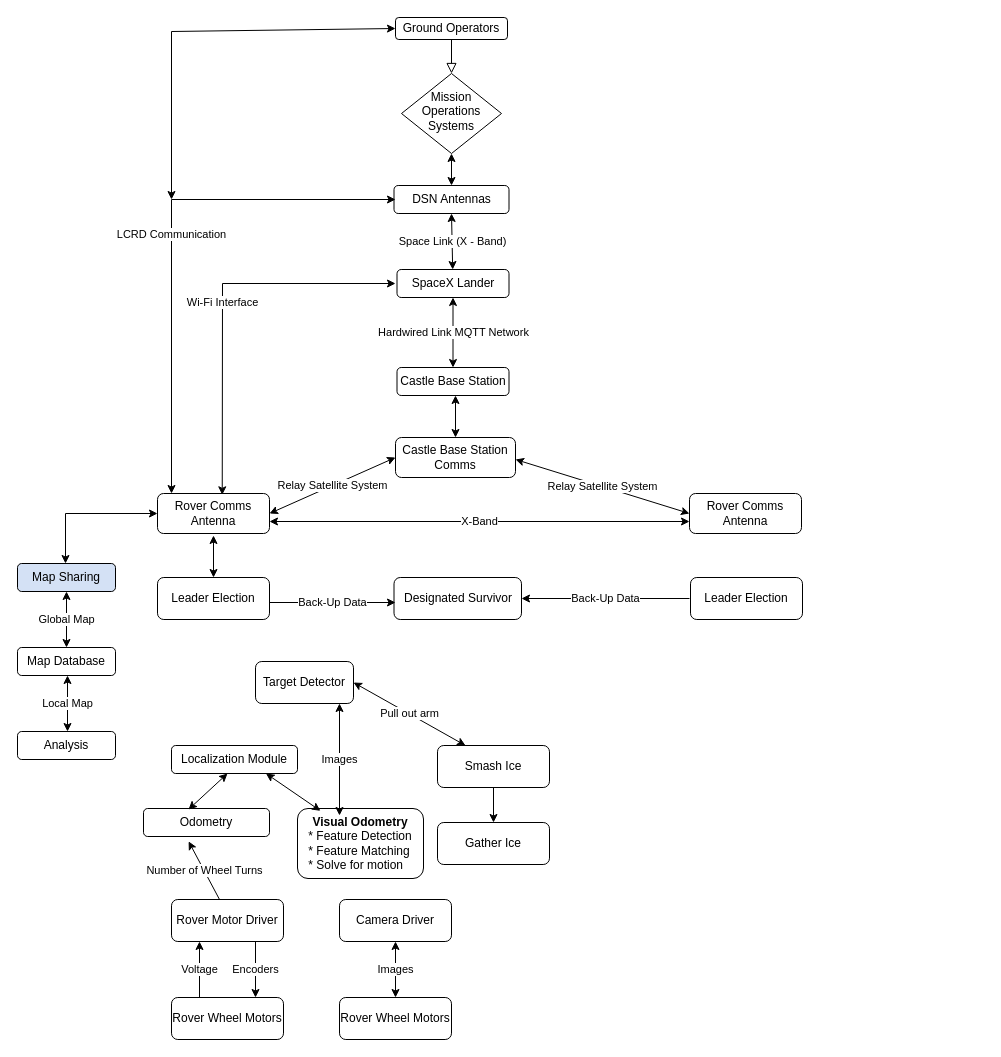
Before: Untitled Diagram.drawio in cinthavong/CIP2021, a draw.io diagram. Source tidied: cells renumbered, new cells numbered last; positions are measured from the earlier drawing's top-left corner, leaving out a move shared by most shapes. Both pictures are drawn from the tidied source at 100%, with x=0, y=0 at pixel (17, 17).
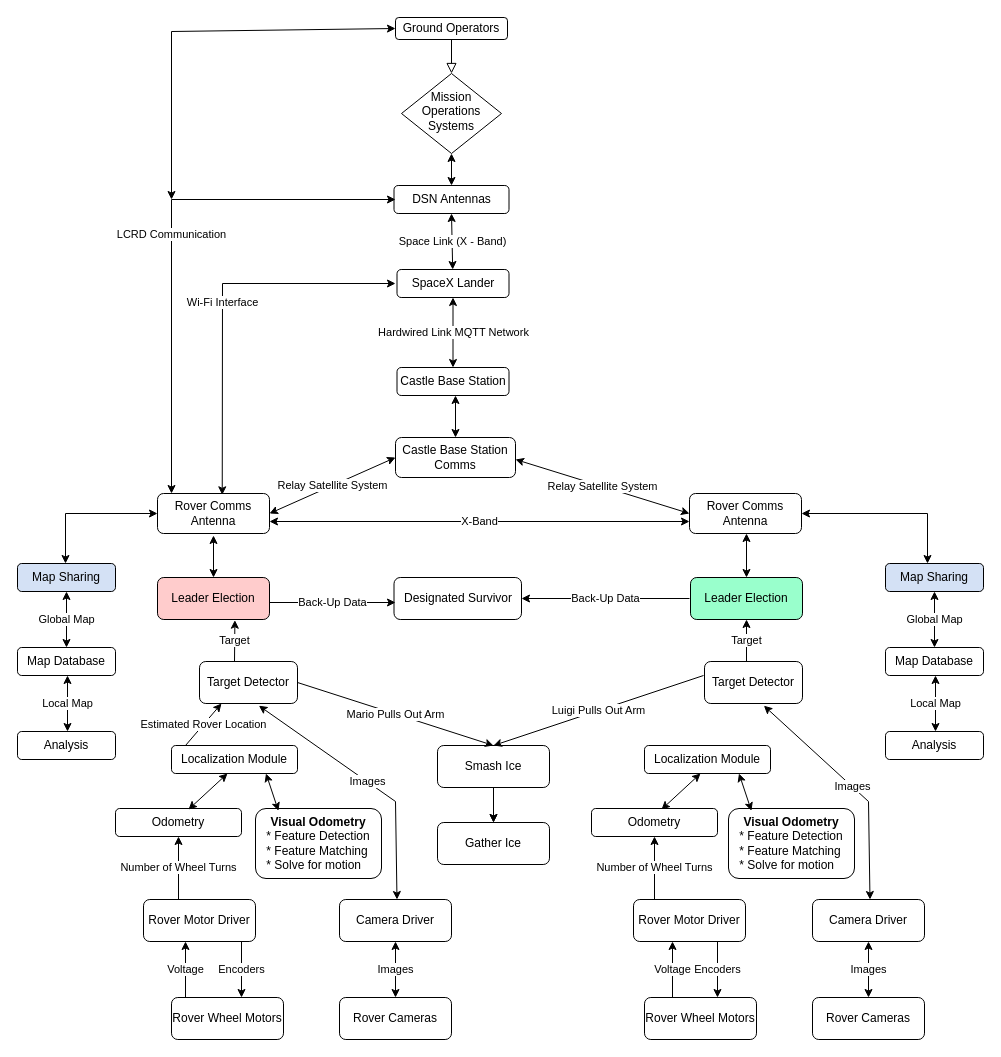
The same page after the edit.

Unchanged cells that the change refers to:
```xml
<mxCell id="17" value="Rover Comms Antenna" style="rounded=1;whiteSpace=wrap;html=1;" parent="1" vertex="1">
  <mxGeometry x="672" y="476" width="112" height="40" as="geometry" />
</mxCell>
<mxCell id="38" value="Smash Ice" style="rounded=1;whiteSpace=wrap;html=1;" parent="1" vertex="1">
  <mxGeometry x="420" y="728" width="112" height="42" as="geometry" />
</mxCell>
<mxCell id="40" value="Gather Ice" style="rounded=1;whiteSpace=wrap;html=1;" parent="1" vertex="1">
  <mxGeometry x="420" y="805" width="112" height="42" as="geometry" />
</mxCell>
```

What changed in the source:
```diff
@@
-    <mxCell id="23" value="Leader Election" style="rounded=1;whiteSpace=wrap;html=1;" parent="1" vertex="1">
+    <mxCell id="23" value="Leader Election" style="rounded=1;whiteSpace=wrap;html=1;fillColor=#FFCCCC;" parent="1" vertex="1">
       <mxGeometry x="140" y="560" width="112" height="42" as="geometry" />
     </mxCell>
@@
-    <mxCell id="26" value="Leader Election" style="rounded=1;whiteSpace=wrap;html=1;" parent="1" vertex="1">
+    <mxCell id="26" value="Leader Election" style="rounded=1;whiteSpace=wrap;html=1;fillColor=#99FFCC;" parent="1" vertex="1">
       <mxGeometry x="673" y="560" width="112" height="42" as="geometry" />
     </mxCell>
@@
     <mxCell id="29" value="Target Detector" style="rounded=1;whiteSpace=wrap;html=1;" parent="1" vertex="1">
-      <mxGeometry x="238" y="644" width="98" height="42" as="geometry" />
+      <mxGeometry x="182" y="644" width="98" height="42" as="geometry" />
     </mxCell>
@@
     <mxCell id="33" value="Odometry" style="rounded=1;whiteSpace=wrap;html=1;" parent="1" vertex="1">
-      <mxGeometry x="126" y="791" width="126" height="28" as="geometry" />
+      <mxGeometry x="98" y="791" width="126" height="28" as="geometry" />
     </mxCell>
     <mxCell id="34" value="&lt;b&gt;Visual Odometry&lt;/b&gt;&lt;br&gt;* Feature Detection&lt;br&gt;&lt;div style=&quot;text-align: left;&quot;&gt;&lt;span style=&quot;background-color: initial;&quot;&gt;* Feature Matching&lt;/span&gt;&lt;/div&gt;&lt;div style=&quot;text-align: left;&quot;&gt;&lt;span style=&quot;background-color: initial;&quot;&gt;* Solve for motion&lt;/span&gt;&lt;/div&gt;" style="rounded=1;whiteSpace=wrap;html=1;" parent="1" vertex="1">
-      <mxGeometry x="280" y="791" width="126" height="70" as="geometry" />
+      <mxGeometry x="238" y="791" width="126" height="70" as="geometry" />
     </mxCell>
@@
-    <mxCell id="37" value="Images" style="endArrow=classic;startArrow=classic;html=1;rounded=0;" parent="1" edge="1">
+    <mxCell id="37" value="Images" style="endArrow=classic;startArrow=classic;html=1;rounded=0;entryX=0.606;entryY=1.052;entryDx=0;entryDy=0;entryPerimeter=0;" parent="1" edge="1" target="29">
       <mxGeometry relative="1" as="geometry">
-        <mxPoint x="322" y="798" as="sourcePoint" />
-        <mxPoint x="322" y="686" as="targetPoint" />
+        <mxPoint x="379.5" y="882" as="sourcePoint" />
+        <Array as="points">
+          <mxPoint x="378" y="784" />
+        </Array>
       </mxGeometry>
     </mxCell>
+    <mxCell id="52" style="edgeStyle=orthogonalEdgeStyle;rounded=0;jettySize=auto;html=1;" parent="1" edge="1" source="38" target="40">
+      <mxGeometry relative="1" as="geometry" />
+    </mxCell>
@@
-    <mxCell id="39" value="Pull out arm" style="endArrow=classic;startArrow=classic;html=1;rounded=0;exitX=1;exitY=0.5;exitDx=0;exitDy=0;entryX=0.25;entryY=0;entryDx=0;entryDy=0;" parent="1" edge="1" source="29" target="38">
-      <mxGeometry relative="1" as="geometry" />
-    </mxCell>
@@
     <mxCell id="42" value="Rover Motor Driver" style="rounded=1;whiteSpace=wrap;html=1;" parent="1" vertex="1">
-      <mxGeometry x="154" y="882" width="112" height="42" as="geometry" />
+      <mxGeometry x="126" y="882" width="112" height="42" as="geometry" />
     </mxCell>
-    <mxCell id="43" value="Rover Wheel Motors" style="rounded=1;whiteSpace=wrap;html=1;" parent="1" vertex="1">
+    <mxCell id="43" value="Rover Wheel Motors" style="rounded=1;html=1;whiteSpace=wrap;" parent="1" vertex="1">
       <mxGeometry x="154" y="980" width="112" height="42" as="geometry" />
     </mxCell>
     <mxCell id="44" value="Voltage" style="endArrow=classic;html=1;rounded=0;" parent="1" edge="1">
       <mxGeometry relative="1" as="geometry">
-        <mxPoint x="182" y="980" as="sourcePoint" />
-        <mxPoint x="182" y="924" as="targetPoint" />
+        <mxPoint x="168" y="980" as="sourcePoint" />
+        <mxPoint x="168" y="924" as="targetPoint" />
+        <Array as="points">
+          <mxPoint x="168" y="952" />
+        </Array>
       </mxGeometry>
     </mxCell>
-    <mxCell id="45" value="Encoders" style="endArrow=classic;html=1;rounded=0;exitX=0.75;exitY=1;exitDx=0;exitDy=0;entryX=0.75;entryY=0;entryDx=0;entryDy=0;" parent="1" edge="1" source="42" target="43">
-      <mxGeometry relative="1" as="geometry" />
+    <mxCell id="45" value="Encoders" style="endArrow=classic;html=1;rounded=0;" parent="1" edge="1">
+      <mxGeometry relative="1" as="geometry">
+        <mxPoint x="224" y="924" as="sourcePoint" />
+        <mxPoint x="224" y="980" as="targetPoint" />
+      </mxGeometry>
     </mxCell>
@@
-    <mxCell id="48" value="Number of Wheel Turns" style="endArrow=classic;html=1;rounded=0;entryX=0.358;entryY=1.174;entryDx=0;entryDy=0;entryPerimeter=0;" parent="1" edge="1" target="33">
+    <mxCell id="48" value="Number of Wheel Turns" style="endArrow=classic;html=1;rounded=0;entryX=0.5;entryY=1;entryDx=0;entryDy=0;" parent="1" edge="1" target="33">
       <mxGeometry relative="1" as="geometry">
-        <mxPoint x="202" y="882" as="sourcePoint" />
+        <mxPoint x="161" y="882" as="sourcePoint" />
       </mxGeometry>
     </mxCell>
@@
-    <mxCell id="50" value="Rover Wheel Motors" style="rounded=1;whiteSpace=wrap;html=1;" parent="1" vertex="1">
+    <mxCell id="50" value="Rover Cameras" style="rounded=1;whiteSpace=wrap;html=1;" parent="1" vertex="1">
       <mxGeometry x="322" y="980" width="112" height="42" as="geometry" />
     </mxCell>
@@
+    <mxCell id="53" value="Target" style="endArrow=classic;html=1;rounded=0;entryX=0.691;entryY=1.017;entryDx=0;entryDy=0;entryPerimeter=0;" parent="1" edge="1" target="23">
+      <mxGeometry relative="1" as="geometry">
+        <mxPoint x="217" y="644" as="sourcePoint" />
+      </mxGeometry>
+    </mxCell>
+    <mxCell id="54" value="Target Detector" style="rounded=1;whiteSpace=wrap;html=1;" parent="1" vertex="1">
+      <mxGeometry x="687" y="644" width="98" height="42" as="geometry" />
+    </mxCell>
+    <mxCell id="55" value="Localization Module" style="rounded=1;whiteSpace=wrap;html=1;" parent="1" vertex="1">
+      <mxGeometry x="627" y="728" width="126" height="28" as="geometry" />
+    </mxCell>
+    <mxCell id="56" value="&lt;b&gt;Visual Odometry&lt;/b&gt;&lt;br&gt;* Feature Detection&lt;br&gt;&lt;div style=&quot;text-align: left;&quot;&gt;&lt;span style=&quot;background-color: initial;&quot;&gt;* Feature Matching&lt;/span&gt;&lt;/div&gt;&lt;div style=&quot;text-align: left;&quot;&gt;&lt;span style=&quot;background-color: initial;&quot;&gt;* Solve for motion&lt;/span&gt;&lt;/div&gt;" style="rounded=1;whiteSpace=wrap;html=1;" parent="1" vertex="1">
+      <mxGeometry x="711" y="791" width="126" height="70" as="geometry" />
+    </mxCell>
+    <mxCell id="57" style="endArrow=classic;startArrow=classic;html=1;rounded=0;" parent="1" edge="1">
+      <mxGeometry relative="1" as="geometry">
+        <mxPoint x="644" y="792" as="sourcePoint" />
+        <mxPoint x="683" y="756" as="targetPoint" />
+      </mxGeometry>
+    </mxCell>
+    <mxCell id="58" style="endArrow=classic;startArrow=classic;html=1;rounded=0;entryX=0.75;entryY=1;entryDx=0;entryDy=0;exitX=0.182;exitY=0.033;exitDx=0;exitDy=0;exitPerimeter=0;" parent="1" edge="1" source="56" target="55">
+      <mxGeometry relative="1" as="geometry" />
+    </mxCell>
+    <mxCell id="59" value="Images" style="endArrow=classic;startArrow=classic;html=1;rounded=0;entryX=0.606;entryY=1.052;entryDx=0;entryDy=0;entryPerimeter=0;" parent="1" edge="1" target="54">
+      <mxGeometry relative="1" as="geometry">
+        <mxPoint x="852.5" y="882" as="sourcePoint" />
+        <Array as="points">
+          <mxPoint x="851" y="784" />
+        </Array>
+      </mxGeometry>
+    </mxCell>
+    <mxCell id="60" value="Rover Motor Driver" style="rounded=1;whiteSpace=wrap;html=1;" parent="1" vertex="1">
+      <mxGeometry x="616" y="882" width="112" height="42" as="geometry" />
+    </mxCell>
+    <mxCell id="61" value="Rover Wheel Motors" style="rounded=1;html=1;whiteSpace=wrap;" parent="1" vertex="1">
+      <mxGeometry x="627" y="980" width="112" height="42" as="geometry" />
+    </mxCell>
+    <mxCell id="62" value="Voltage" style="endArrow=classic;html=1;rounded=0;" parent="1" edge="1">
+      <mxGeometry relative="1" as="geometry">
+        <mxPoint x="655" y="980" as="sourcePoint" />
+        <mxPoint x="655" y="924" as="targetPoint" />
+      </mxGeometry>
+    </mxCell>
+    <mxCell id="63" value="Encoders" style="endArrow=classic;html=1;rounded=0;exitX=0.75;exitY=1;exitDx=0;exitDy=0;" parent="1" edge="1" source="60">
+      <mxGeometry relative="1" as="geometry">
+        <mxPoint x="700" y="980" as="targetPoint" />
+      </mxGeometry>
+    </mxCell>
+    <mxCell id="64" value="Number of Wheel Turns" style="endArrow=classic;html=1;rounded=0;entryX=0.5;entryY=1;entryDx=0;entryDy=0;" parent="1" edge="1" target="69">
+      <mxGeometry relative="1" as="geometry">
+        <mxPoint x="637" y="882" as="sourcePoint" />
+      </mxGeometry>
+    </mxCell>
+    <mxCell id="65" value="Camera Driver" style="rounded=1;whiteSpace=wrap;html=1;" parent="1" vertex="1">
+      <mxGeometry x="795" y="882" width="112" height="42" as="geometry" />
+    </mxCell>
+    <mxCell id="66" value="Rover Cameras" style="rounded=1;whiteSpace=wrap;html=1;" parent="1" vertex="1">
+      <mxGeometry x="795" y="980" width="112" height="42" as="geometry" />
+    </mxCell>
+    <mxCell id="67" value="Images" style="endArrow=classic;startArrow=classic;html=1;rounded=0;exitX=0.5;exitY=1;exitDx=0;exitDy=0;entryX=0.5;entryY=0;entryDx=0;entryDy=0;" parent="1" edge="1" source="65" target="66">
+      <mxGeometry relative="1" as="geometry" />
+    </mxCell>
+    <mxCell id="68" value="Estimated Rover Location" style="endArrow=classic;html=1;rounded=0;" parent="1" edge="1">
+      <mxGeometry relative="1" as="geometry">
+        <mxPoint x="168" y="728" as="sourcePoint" />
+        <mxPoint x="204" y="686" as="targetPoint" />
+      </mxGeometry>
+    </mxCell>
+    <mxCell id="69" value="Odometry" style="rounded=1;whiteSpace=wrap;html=1;" parent="1" vertex="1">
+      <mxGeometry x="574" y="791" width="126" height="28" as="geometry" />
+    </mxCell>
+    <mxCell id="39" value="Mario Pulls Out Arm" style="endArrow=classic;html=1;rounded=0;exitX=1;exitY=0.5;exitDx=0;exitDy=0;entryX=0.5;entryY=0;entryDx=0;entryDy=0;" parent="1" edge="1" source="29" target="38">
+      <mxGeometry relative="1" as="geometry" />
+    </mxCell>
+    <mxCell id="70" value="Luigi Pulls Out Arm" style="endArrow=classic;html=1;rounded=0;entryX=0.5;entryY=0;entryDx=0;entryDy=0;" parent="1" edge="1" target="38">
+      <mxGeometry relative="1" as="geometry">
+        <mxPoint x="686" y="658" as="sourcePoint" />
+      </mxGeometry>
+    </mxCell>
+    <mxCell id="71" style="endArrow=classic;startArrow=classic;html=1;rounded=0;exitX=0.5;exitY=0;exitDx=0;exitDy=0;" parent="1" edge="1" source="26">
+      <mxGeometry relative="1" as="geometry">
+        <mxPoint x="729" y="516" as="targetPoint" />
+      </mxGeometry>
+    </mxCell>
+    <mxCell id="72" value="Target" style="endArrow=classic;html=1;rounded=0;entryX=0.5;entryY=1;entryDx=0;entryDy=0;" parent="1" edge="1" target="26">
+      <mxGeometry relative="1" as="geometry">
+        <mxPoint x="729" y="644" as="sourcePoint" />
+      </mxGeometry>
+    </mxCell>
+    <mxCell id="73" value="Map Sharing" style="rounded=1;whiteSpace=wrap;html=1;fillColor=#D4E1F5;" parent="1" vertex="1">
+      <mxGeometry x="868" y="546" width="98" height="28" as="geometry" />
+    </mxCell>
+    <mxCell id="74" value="Map Database" style="rounded=1;whiteSpace=wrap;html=1;" parent="1" vertex="1">
+      <mxGeometry x="868" y="630" width="98" height="28" as="geometry" />
+    </mxCell>
+    <mxCell id="75" value="Global Map" style="endArrow=classic;startArrow=classic;html=1;rounded=0;entryX=0.5;entryY=1;entryDx=0;entryDy=0;exitX=0.5;exitY=0;exitDx=0;exitDy=0;" parent="1" edge="1" source="74" target="73">
+      <mxGeometry relative="1" as="geometry" />
+    </mxCell>
+    <mxCell id="76" value="Analysis" style="rounded=1;whiteSpace=wrap;html=1;" parent="1" vertex="1">
+      <mxGeometry x="868" y="714" width="98" height="28" as="geometry" />
+    </mxCell>
+    <mxCell id="77" value="Local Map" style="endArrow=classic;startArrow=classic;html=1;rounded=0;" parent="1" edge="1">
+      <mxGeometry relative="1" as="geometry">
+        <mxPoint x="918" y="714" as="sourcePoint" />
+        <mxPoint x="918" y="658" as="targetPoint" />
+      </mxGeometry>
+    </mxCell>
+    <mxCell id="78" style="endArrow=classic;startArrow=classic;html=1;rounded=0;exitX=1;exitY=0.5;exitDx=0;exitDy=0;" parent="1" edge="1" source="17">
+      <mxGeometry relative="1" as="geometry">
+        <mxPoint x="910" y="546" as="targetPoint" />
+        <Array as="points">
+          <mxPoint x="910" y="496" />
+        </Array>
+      </mxGeometry>
+    </mxCell>
```
